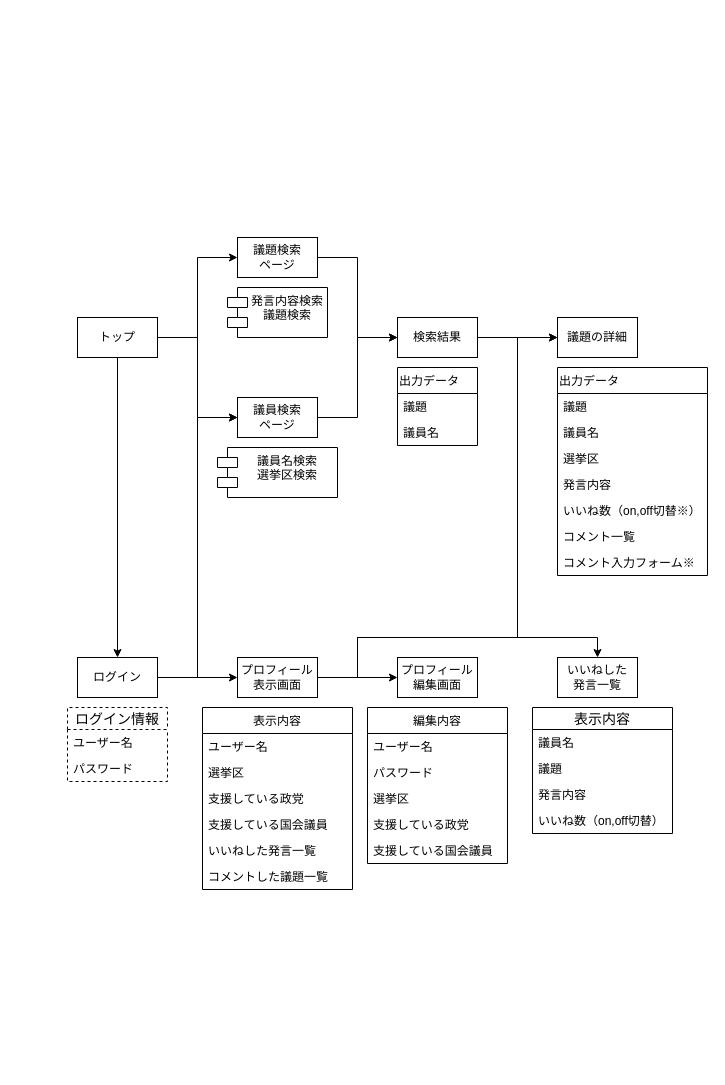
Earlier version of the draw.io diagram Untitled Diagram.drawio (tukuhuse/myportfolio). Source tidied: cells renumbered, new cells numbered last; positions are measured from the earlier drawing's top-left corner, leaving out a move shared by most shapes. Both pictures are drawn from the tidied source at 100%, with x=0, y=0 at pixel (67, 237).
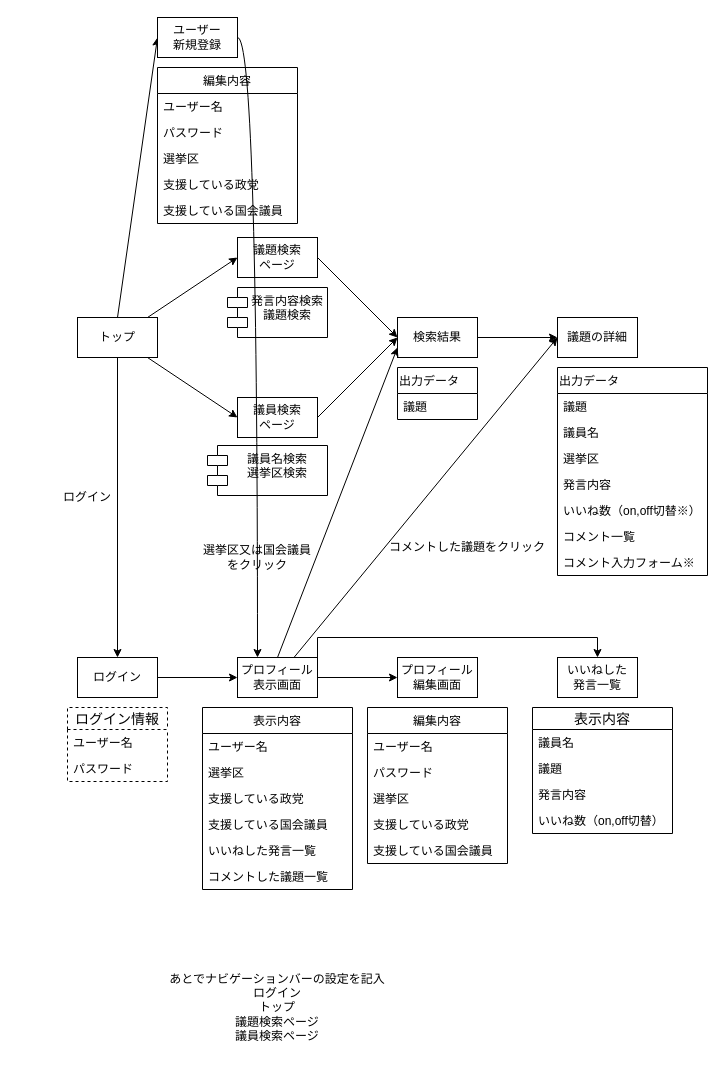
After the change.

Commit message:
Untitled Diagram.drawio を更新します

Unchanged cells that the change refers to:
```xml
<mxCell id="5" value="トップ" style="rounded=0;whiteSpace=wrap;html=1;" parent="1" vertex="1">
  <mxGeometry x="10" y="80" width="80" height="40" as="geometry" />
</mxCell>
<mxCell id="7" value="議員検索&lt;br&gt;ページ" style="rounded=0;whiteSpace=wrap;html=1;" parent="1" vertex="1">
  <mxGeometry x="170" y="160" width="80" height="40" as="geometry" />
</mxCell>
<mxCell id="9" value="議題検索&lt;br&gt;ページ" style="rounded=0;whiteSpace=wrap;html=1;" parent="1" vertex="1">
  <mxGeometry x="170" width="80" height="40" as="geometry" />
</mxCell>
<mxCell id="11" value="検索結果" style="rounded=0;whiteSpace=wrap;html=1;" parent="1" vertex="1">
  <mxGeometry x="330" y="80" width="80" height="40" as="geometry" />
</mxCell>
<mxCell id="12" value="議題の詳細" style="rounded=0;whiteSpace=wrap;html=1;" parent="1" vertex="1">
  <mxGeometry x="490" y="80" width="80" height="40" as="geometry" />
</mxCell>
<mxCell id="29" value="ログイン" style="rounded=0;whiteSpace=wrap;html=1;align=center;" parent="1" vertex="1">
  <mxGeometry x="10" y="420" width="80" height="40" as="geometry" />
</mxCell>
<mxCell id="33" value="プロフィール&lt;br&gt;表示画面" style="rounded=0;whiteSpace=wrap;html=1;align=center;" parent="1" vertex="1">
  <mxGeometry x="170" y="420" width="80" height="40" as="geometry" />
</mxCell>
<mxCell id="34" value="いいねした&lt;br&gt;発言一覧" style="rounded=0;whiteSpace=wrap;html=1;align=center;" parent="1" vertex="1">
  <mxGeometry x="490" y="420" width="80" height="40" as="geometry" />
</mxCell>
```

The edit, as a diff of the source:
```diff
@@
-    <mxCell id="2" style="edgeStyle=orthogonalEdgeStyle;rounded=0;jettySize=auto;html=1;entryX=0;entryY=0.5;entryDx=0;entryDy=0;" parent="1" edge="1" source="5" target="9">
+    <mxCell id="2" style="rounded=0;jettySize=auto;html=1;entryX=0;entryY=0.5;entryDx=0;entryDy=0;" parent="1" edge="1" source="5" target="9">
       <mxGeometry relative="1" as="geometry" />
     </mxCell>
-    <mxCell id="3" style="edgeStyle=orthogonalEdgeStyle;rounded=0;jettySize=auto;html=1;entryX=0;entryY=0.5;entryDx=0;entryDy=0;" parent="1" edge="1" source="5" target="7">
+    <mxCell id="3" style="rounded=0;jettySize=auto;html=1;entryX=0;entryY=0.5;entryDx=0;entryDy=0;" parent="1" edge="1" source="5" target="7">
       <mxGeometry relative="1" as="geometry" />
     </mxCell>
@@
+    <mxCell id="57" style="edgeStyle=none;rounded=0;jettySize=auto;html=1;exitX=0.5;exitY=0;exitDx=0;exitDy=0;entryX=0;entryY=0.5;entryDx=0;entryDy=0;" parent="1" edge="1" source="5" target="64">
+      <mxGeometry relative="1" as="geometry" />
+    </mxCell>
@@
-    <mxCell id="6" style="edgeStyle=orthogonalEdgeStyle;rounded=0;jettySize=auto;html=1;entryX=0;entryY=0.5;entryDx=0;entryDy=0;" parent="1" edge="1" source="7" target="11">
+    <mxCell id="6" style="rounded=0;jettySize=auto;html=1;entryX=0;entryY=0.5;entryDx=0;entryDy=0;exitX=1;exitY=0.5;exitDx=0;exitDy=0;" parent="1" edge="1" source="7" target="11">
       <mxGeometry relative="1" as="geometry" />
     </mxCell>
@@
-    <mxCell id="8" style="edgeStyle=orthogonalEdgeStyle;rounded=0;jettySize=auto;html=1;entryX=0;entryY=0.5;entryDx=0;entryDy=0;" parent="1" edge="1" source="9" target="11">
+    <mxCell id="8" style="rounded=0;jettySize=auto;html=1;entryX=0;entryY=0.5;entryDx=0;entryDy=0;exitX=1;exitY=0.5;exitDx=0;exitDy=0;" parent="1" edge="1" source="9" target="11">
       <mxGeometry relative="1" as="geometry" />
     </mxCell>
@@
     <mxCell id="15" value="議員名検索&#10;選挙区検索" style="shape=module;align=left;spacingLeft=20;align=center;verticalAlign=top;" parent="1" vertex="1">
-      <mxGeometry x="150" y="210" width="120" height="50" as="geometry" />
+      <mxGeometry x="140" y="208" width="120" height="50" as="geometry" />
     </mxCell>
     <mxCell id="16" value="出力データ" style="swimlane;fontStyle=0;horizontal=1;startSize=26;fillColor=none;align=left;" parent="1" vertex="1">
-      <mxGeometry x="330" y="130" width="80" height="78" as="geometry" />
+      <mxGeometry x="330" y="130" width="80" height="52" as="geometry" />
     </mxCell>
@@
-    <mxCell id="18" value="議員名" style="text;strokeColor=none;fillColor=none;align=left;verticalAlign=top;spacingLeft=4;spacingRight=4;overflow=hidden;" parent="16" vertex="1">
-      <mxGeometry y="52" width="80" height="26" as="geometry" />
-    </mxCell>
@@
-    <mxCell id="28" style="edgeStyle=orthogonalEdgeStyle;rounded=0;jettySize=auto;html=1;exitX=1;exitY=0.5;exitDx=0;exitDy=0;entryX=0;entryY=0.5;entryDx=0;entryDy=0;" parent="1" edge="1" source="29" target="7">
-      <mxGeometry relative="1" as="geometry" />
-    </mxCell>
@@
-    <mxCell id="31" style="edgeStyle=orthogonalEdgeStyle;rounded=0;jettySize=auto;html=1;entryX=0.5;entryY=0;entryDx=0;entryDy=0;" parent="1" edge="1" source="33" target="34">
+    <mxCell id="31" style="edgeStyle=orthogonalEdgeStyle;rounded=0;jettySize=auto;html=1;entryX=0.5;entryY=0;entryDx=0;entryDy=0;exitX=1;exitY=0;exitDx=0;exitDy=0;" parent="1" edge="1" source="33" target="34">
       <mxGeometry relative="1" as="geometry">
         <Array as="points">
-          <mxPoint x="290" y="440" />
-          <mxPoint x="290" y="400" />
+          <mxPoint x="250" y="400" />
           <mxPoint x="530" y="400" />
         </Array>
       </mxGeometry>
     </mxCell>
-    <mxCell id="32" style="edgeStyle=orthogonalEdgeStyle;rounded=0;jettySize=auto;html=1;entryX=0;entryY=0.5;entryDx=0;entryDy=0;" parent="1" edge="1" source="33" target="12">
-      <mxGeometry relative="1" as="geometry">
-        <Array as="points">
-          <mxPoint x="290" y="440" />
-          <mxPoint x="290" y="400" />
-          <mxPoint x="450" y="400" />
-          <mxPoint x="450" y="100" />
-        </Array>
-      </mxGeometry>
+    <mxCell id="32" style="rounded=0;jettySize=auto;html=1;entryX=0;entryY=0.5;entryDx=0;entryDy=0;" parent="1" edge="1" source="33" target="12">
+      <mxGeometry relative="1" as="geometry" />
     </mxCell>
+    <mxCell id="58" style="edgeStyle=none;rounded=0;jettySize=auto;html=1;exitX=0.5;exitY=0;exitDx=0;exitDy=0;entryX=0;entryY=0.75;entryDx=0;entryDy=0;" parent="1" edge="1" source="33" target="11">
+      <mxGeometry relative="1" as="geometry" />
+    </mxCell>
@@
+    <mxCell id="59" value="ログイン" style="text;html=1;strokeColor=none;fillColor=none;align=center;verticalAlign=middle;whiteSpace=wrap;rounded=0;" parent="1" vertex="1">
+      <mxGeometry x="-50" y="250" width="140" height="20" as="geometry" />
+    </mxCell>
+    <mxCell id="60" value="あとでナビゲーションバーの設定を記入&lt;br&gt;ログイン&lt;br&gt;トップ&lt;br&gt;議題検索ページ&lt;br&gt;議員検索ページ" style="text;html=1;strokeColor=none;fillColor=none;align=center;verticalAlign=middle;whiteSpace=wrap;rounded=0;" parent="1" vertex="1">
+      <mxGeometry x="80" y="710" width="260" height="120" as="geometry" />
+    </mxCell>
+    <mxCell id="61" value="コメントした議題をクリック" style="text;html=1;strokeColor=none;fillColor=none;align=center;verticalAlign=middle;whiteSpace=wrap;rounded=0;" parent="1" vertex="1">
+      <mxGeometry x="320" y="300" width="160" height="20" as="geometry" />
+    </mxCell>
+    <mxCell id="62" value="選挙区又は国会議員をクリック" style="text;html=1;strokeColor=none;fillColor=none;align=center;verticalAlign=middle;whiteSpace=wrap;rounded=0;" parent="1" vertex="1">
+      <mxGeometry x="135" y="280" width="110" height="80" as="geometry" />
+    </mxCell>
+    <mxCell id="63" style="edgeStyle=orthogonalEdgeStyle;curved=1;rounded=0;jettySize=auto;html=1;exitX=1;exitY=0.5;exitDx=0;exitDy=0;entryX=0.25;entryY=0;entryDx=0;entryDy=0;" parent="1" edge="1" source="64" target="33">
+      <mxGeometry relative="1" as="geometry" />
+    </mxCell>
+    <mxCell id="64" value="ユーザー&lt;br&gt;新規登録" style="rounded=0;whiteSpace=wrap;html=1;" parent="1" vertex="1">
+      <mxGeometry x="90" y="-220" width="80" height="40" as="geometry" />
+    </mxCell>
+    <mxCell id="65" value="編集内容" style="swimlane;fontStyle=0;horizontal=1;startSize=26;fillColor=none;" parent="1" vertex="1">
+      <mxGeometry x="90" y="-170" width="140" height="156" as="geometry" />
+    </mxCell>
+    <mxCell id="66" value="ユーザー名" style="text;strokeColor=none;fillColor=none;align=left;verticalAlign=top;spacingLeft=4;spacingRight=4;overflow=hidden;" parent="65" vertex="1">
+      <mxGeometry y="26" width="140" height="26" as="geometry" />
+    </mxCell>
+    <mxCell id="67" value="パスワード" style="text;strokeColor=none;fillColor=none;align=left;verticalAlign=top;spacingLeft=4;spacingRight=4;overflow=hidden;" parent="65" vertex="1">
+      <mxGeometry y="52" width="140" height="26" as="geometry" />
+    </mxCell>
+    <mxCell id="68" value="選挙区" style="text;strokeColor=none;fillColor=none;align=left;verticalAlign=top;spacingLeft=4;spacingRight=4;overflow=hidden;" parent="65" vertex="1">
+      <mxGeometry y="78" width="140" height="26" as="geometry" />
+    </mxCell>
+    <mxCell id="69" value="支援している政党" style="text;strokeColor=none;fillColor=none;align=left;verticalAlign=top;spacingLeft=4;spacingRight=4;overflow=hidden;" parent="65" vertex="1">
+      <mxGeometry y="104" width="140" height="26" as="geometry" />
+    </mxCell>
+    <mxCell id="70" value="支援している国会議員" style="text;strokeColor=none;fillColor=none;align=left;verticalAlign=top;spacingLeft=4;spacingRight=4;overflow=hidden;" parent="65" vertex="1">
+      <mxGeometry y="130" width="140" height="26" as="geometry" />
+    </mxCell>
```
